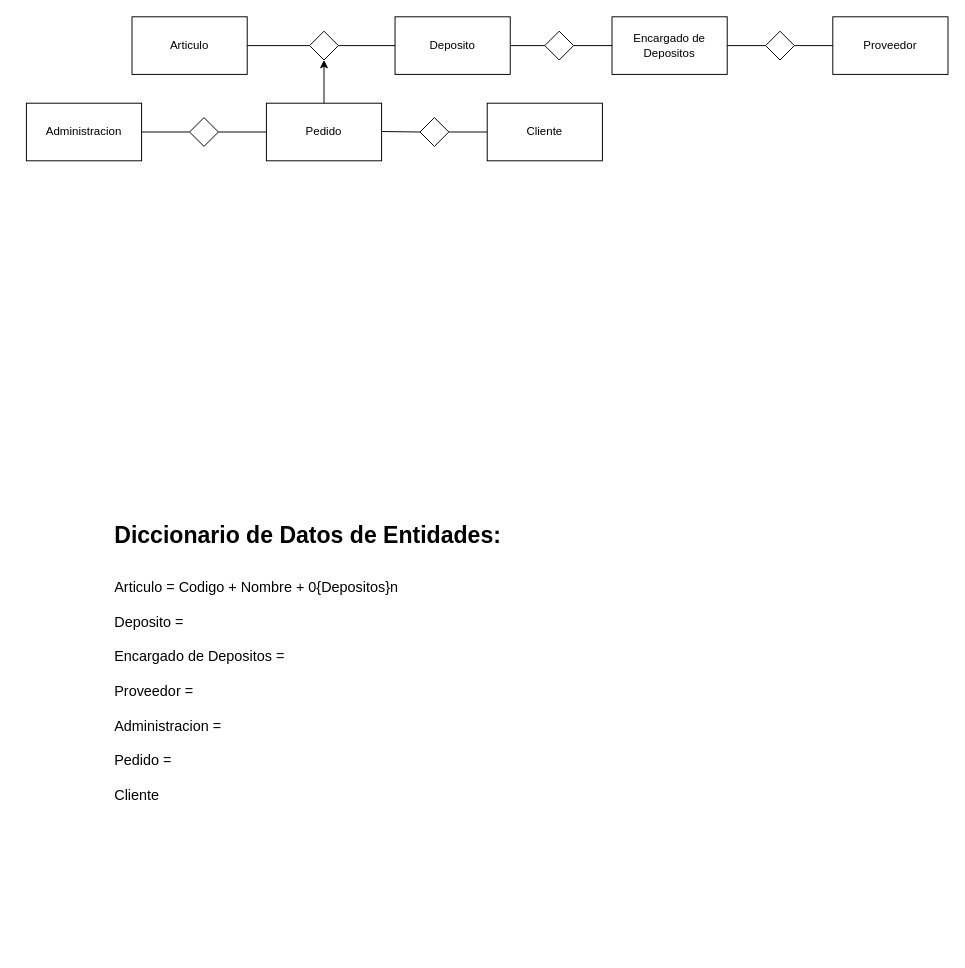
Before: Diagrama sin título.drawio in aitorarz/imc, a draw.io diagram. Source tidied: cells renumbered, new cells numbered last; positions are measured from the earlier drawing's top-left corner, leaving out a move shared by most shapes. Both pictures are drawn from the tidied source at 96%, with x=0, y=0 at pixel (26, 16).
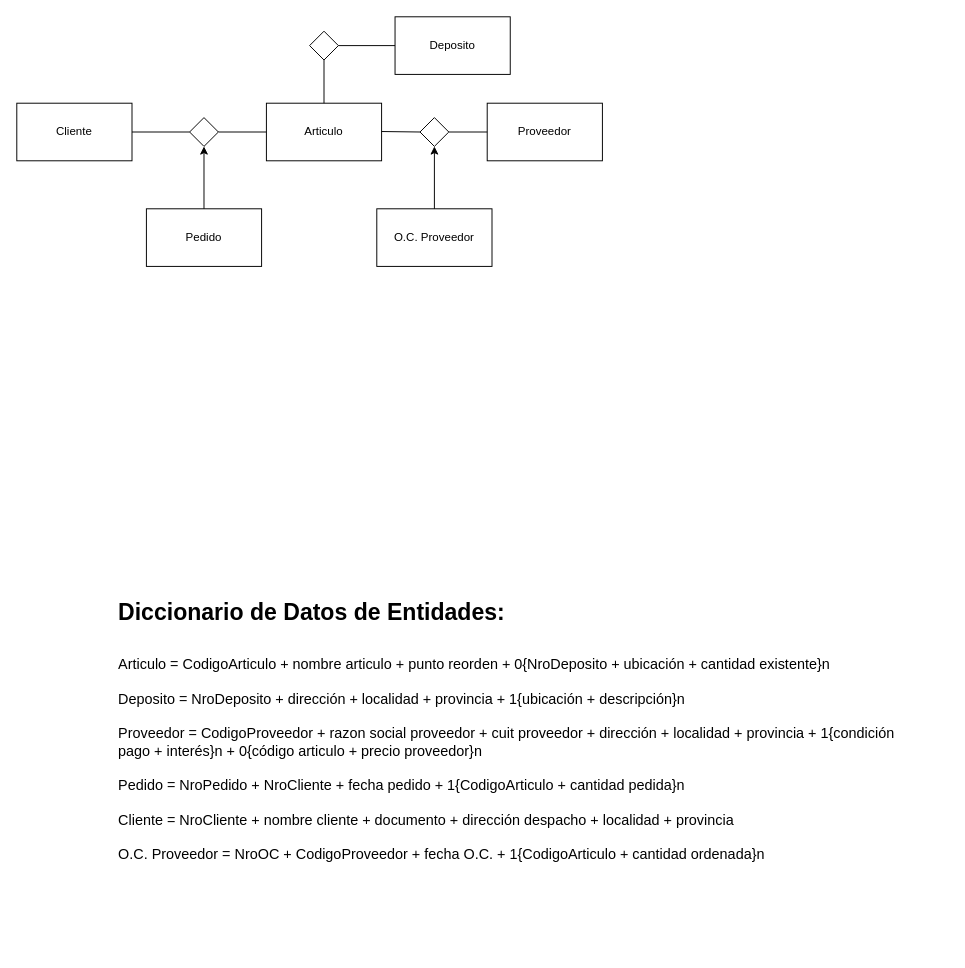
The same page after the edit.

The change refers to these unchanged cells:
```xml
<mxCell id="3" value="Deposito" style="whiteSpace=wrap;html=1;" parent="1" vertex="1">
  <mxGeometry x="384" width="120" height="60" as="geometry" />
</mxCell>
<mxCell id="10" style="rhombus;whiteSpace=wrap;html=1;" parent="1" vertex="1">
  <mxGeometry x="295" y="15" width="30" height="30" as="geometry" />
</mxCell>
<mxCell id="14" style="rhombus;whiteSpace=wrap;html=1;" parent="1" vertex="1">
  <mxGeometry x="410" y="105" width="30" height="30" as="geometry" />
</mxCell>
<mxCell id="23" style="rhombus;whiteSpace=wrap;html=1;" parent="1" vertex="1">
  <mxGeometry x="170" y="105" width="30" height="30" as="geometry" />
</mxCell>
```

Diff of the diagram source:
```diff
@@
     <mxCell id="2" value="Articulo" style="whiteSpace=wrap;html=1;" parent="1" vertex="1">
-      <mxGeometry x="110" width="120" height="60" as="geometry" />
+      <mxGeometry x="250" y="90" width="120" height="60" as="geometry" />
     </mxCell>
@@
     <mxCell id="4" value="Cliente" style="whiteSpace=wrap;html=1;" parent="1" vertex="1">
-      <mxGeometry x="480" y="90" width="120" height="60" as="geometry" />
+      <mxGeometry x="-10" y="90" width="120" height="60" as="geometry" />
     </mxCell>
     <mxCell id="5" value="Proveedor" style="whiteSpace=wrap;html=1;" parent="1" vertex="1">
-      <mxGeometry x="840" width="120" height="60" as="geometry" />
+      <mxGeometry x="480" y="90" width="120" height="60" as="geometry" />
     </mxCell>
     <mxCell id="6" value="Pedido" style="whiteSpace=wrap;html=1;" parent="1" vertex="1">
-      <mxGeometry x="250" y="90" width="120" height="60" as="geometry" />
+      <mxGeometry x="125" y="200" width="120" height="60" as="geometry" />
     </mxCell>
-    <mxCell id="7" value="Encargado de Depositos" style="whiteSpace=wrap;html=1;" parent="1" vertex="1">
-      <mxGeometry x="610" width="120" height="60" as="geometry" />
-    </mxCell>
-    <mxCell id="8" value="Administracion" style="whiteSpace=wrap;html=1;" parent="1" vertex="1">
-      <mxGeometry y="90" width="120" height="60" as="geometry" />
-    </mxCell>
-    <mxCell id="9" value="&lt;h1 style=&quot;margin-top: 0px;&quot;&gt;Diccionario de Datos de Entidades:&lt;/h1&gt;&lt;div&gt;&lt;br&gt;&lt;/div&gt;&lt;div style=&quot;font-size: 15px;&quot;&gt;Articulo = Codigo + Nombre + 0{Depositos}n&lt;/div&gt;&lt;div style=&quot;font-size: 15px;&quot;&gt;&lt;br&gt;&lt;/div&gt;&lt;div style=&quot;font-size: 15px;&quot;&gt;Deposito =&amp;nbsp;&lt;/div&gt;&lt;div style=&quot;font-size: 15px;&quot;&gt;&lt;br&gt;&lt;/div&gt;&lt;div style=&quot;font-size: 15px;&quot;&gt;Encargado de Depositos =&lt;/div&gt;&lt;div style=&quot;font-size: 15px;&quot;&gt;&lt;br&gt;&lt;/div&gt;&lt;div style=&quot;font-size: 15px;&quot;&gt;Proveedor =&amp;nbsp;&lt;/div&gt;&lt;div style=&quot;font-size: 15px;&quot;&gt;&lt;br&gt;&lt;/div&gt;&lt;div style=&quot;font-size: 15px;&quot;&gt;Administracion =&amp;nbsp;&lt;/div&gt;&lt;div style=&quot;font-size: 15px;&quot;&gt;&lt;br&gt;&lt;/div&gt;&lt;div style=&quot;font-size: 15px;&quot;&gt;Pedido =&amp;nbsp;&lt;/div&gt;&lt;div style=&quot;font-size: 15px;&quot;&gt;&lt;br&gt;&lt;/div&gt;&lt;div style=&quot;font-size: 15px;&quot;&gt;Cliente&lt;/div&gt;" style="text;html=1;whiteSpace=wrap;overflow=hidden;rounded=0;" parent="1" vertex="1">
-      <mxGeometry x="90" y="520" width="820" height="370" as="geometry" />
+    <mxCell id="9" value="&lt;h1 style=&quot;margin-top: 0px;&quot;&gt;Diccionario de Datos de Entidades:&lt;/h1&gt;&lt;div&gt;&lt;br&gt;&lt;/div&gt;&lt;div style=&quot;font-size: 15px;&quot;&gt;Articulo = CodigoArticulo + nombre articulo + punto reorden + 0{NroDeposito + ubicación + cantidad existente}n&lt;/div&gt;&lt;div style=&quot;font-size: 15px;&quot;&gt;&lt;br&gt;&lt;/div&gt;&lt;div style=&quot;font-size: 15px;&quot;&gt;Deposito = NroDeposito + dirección + localidad + provincia + 1{ubicación + descripción}n&lt;/div&gt;&lt;div style=&quot;font-size: 15px;&quot;&gt;&lt;br&gt;&lt;/div&gt;&lt;div style=&quot;font-size: 15px;&quot;&gt;Proveedor = CodigoProveedor + razon social proveedor + cuit proveedor + dirección + localidad + provincia + 1{condición pago + interés}n + 0{código articulo + precio proveedor}n&lt;/div&gt;&lt;div style=&quot;font-size: 15px;&quot;&gt;&lt;br&gt;&lt;/div&gt;&lt;div style=&quot;font-size: 15px;&quot;&gt;Pedido = NroPedido + NroCliente + fecha pedido + 1{CodigoArticulo + cantidad pedida}n&lt;/div&gt;&lt;div style=&quot;font-size: 15px;&quot;&gt;&lt;br&gt;&lt;/div&gt;&lt;div style=&quot;font-size: 15px;&quot;&gt;Cliente = NroCliente + nombre cliente + documento + dirección despacho + localidad + provincia&lt;/div&gt;&lt;div style=&quot;font-size: 15px;&quot;&gt;&lt;br&gt;&lt;/div&gt;&lt;div style=&quot;font-size: 15px;&quot;&gt;O.C. Proveedor = NroOC + CodigoProveedor + fecha O.C. + 1{CodigoArticulo + cantidad ordenada}n&lt;/div&gt;" style="text;html=1;whiteSpace=wrap;overflow=hidden;rounded=0;" parent="1" vertex="1">
+      <mxGeometry x="94" y="600" width="820" height="370" as="geometry" />
     </mxCell>
@@
-    <mxCell id="11" style="endArrow=none;html=1;rounded=0;entryX=0;entryY=0.5;entryDx=0;entryDy=0;" parent="1" edge="1" target="10">
-      <mxGeometry relative="1" as="geometry">
-        <mxPoint x="230" y="30" as="sourcePoint" />
-      </mxGeometry>
-    </mxCell>
@@
-    <mxCell id="13" style="endArrow=classic;html=1;rounded=0;entryX=0.5;entryY=1;entryDx=0;entryDy=0;" parent="1" edge="1" target="10">
-      <mxGeometry relative="1" as="geometry">
-        <mxPoint x="310" y="90" as="sourcePoint" />
-      </mxGeometry>
-    </mxCell>
@@
-    <mxCell id="17" style="rhombus;whiteSpace=wrap;html=1;" parent="1" vertex="1">
-      <mxGeometry x="540" y="15" width="30" height="30" as="geometry" />
-    </mxCell>
-    <mxCell id="18" style="endArrow=none;html=1;rounded=0;exitX=1;exitY=0.5;exitDx=0;exitDy=0;" parent="1" edge="1" source="3">
-      <mxGeometry relative="1" as="geometry">
-        <mxPoint x="540" y="30" as="targetPoint" />
-      </mxGeometry>
-    </mxCell>
-    <mxCell id="19" style="endArrow=none;html=1;rounded=0;exitX=1;exitY=0.5;exitDx=0;exitDy=0;" parent="1" edge="1" source="17">
-      <mxGeometry relative="1" as="geometry">
-        <mxPoint x="610" y="30" as="targetPoint" />
-      </mxGeometry>
-    </mxCell>
-    <mxCell id="20" style="rhombus;whiteSpace=wrap;html=1;" parent="1" vertex="1">
-      <mxGeometry x="770" y="15" width="30" height="30" as="geometry" />
-    </mxCell>
-    <mxCell id="21" style="endArrow=none;html=1;rounded=0;exitX=1;exitY=0.5;exitDx=0;exitDy=0;" parent="1" edge="1" source="7">
-      <mxGeometry relative="1" as="geometry">
-        <mxPoint x="770" y="30" as="targetPoint" />
-      </mxGeometry>
-    </mxCell>
-    <mxCell id="22" style="endArrow=none;html=1;rounded=0;exitX=1;exitY=0.5;exitDx=0;exitDy=0;" parent="1" edge="1" source="20">
-      <mxGeometry relative="1" as="geometry">
-        <mxPoint x="840" y="30" as="targetPoint" />
-      </mxGeometry>
-    </mxCell>
@@
-    <mxCell id="24" style="endArrow=none;html=1;rounded=0;exitX=1;exitY=0.5;exitDx=0;exitDy=0;" parent="1" edge="1" source="8">
-      <mxGeometry relative="1" as="geometry">
-        <mxPoint x="170" y="120" as="targetPoint" />
-      </mxGeometry>
-    </mxCell>
@@
+    <mxCell id="26" value="O.C. Proveedor" style="whiteSpace=wrap;html=1;" parent="1" vertex="1">
+      <mxGeometry x="365" y="200" width="120" height="60" as="geometry" />
+    </mxCell>
+    <mxCell id="27" style="endArrow=none;html=1;rounded=0;exitX=0.5;exitY=0;exitDx=0;exitDy=0;" parent="1" edge="1" source="2">
+      <mxGeometry relative="1" as="geometry">
+        <mxPoint x="310" y="45" as="targetPoint" />
+      </mxGeometry>
+    </mxCell>
+    <mxCell id="28" style="endArrow=none;html=1;rounded=0;exitX=1;exitY=0.5;exitDx=0;exitDy=0;" parent="1" edge="1" source="4">
+      <mxGeometry relative="1" as="geometry">
+        <mxPoint x="170" y="120" as="targetPoint" />
+      </mxGeometry>
+    </mxCell>
+    <mxCell id="29" style="endArrow=classic;html=1;rounded=0;entryX=0.5;entryY=1;entryDx=0;entryDy=0;exitX=0.5;exitY=0;exitDx=0;exitDy=0;" parent="1" edge="1" source="6" target="23">
+      <mxGeometry relative="1" as="geometry" />
+    </mxCell>
+    <mxCell id="30" style="endArrow=classic;html=1;rounded=0;entryX=0.5;entryY=1;entryDx=0;entryDy=0;exitX=0.5;exitY=0;exitDx=0;exitDy=0;" parent="1" edge="1" source="26" target="14">
+      <mxGeometry relative="1" as="geometry" />
+    </mxCell>
```
